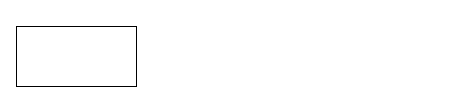
This is 未命名绘图.drawio from fishercore/drawio, a draw.io file, before an edit. Source tidied: cells renumbered, new cells numbered last; positions are measured from the earlier drawing's top-left corner, leaving out a move shared by most shapes. Both pictures are drawn from the tidied source at 100%, with x=0, y=0 at pixel (16, 26).
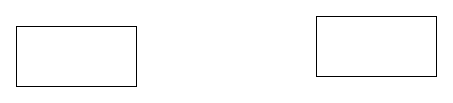
The same diagram, later.

Commit message:
更新未命名绘图.drawio

What changed in the source:
```diff
@@
 <mxGraphModel>
   <root>
     <mxCell id="0" />
     <mxCell id="1" parent="0" />
     <mxCell id="2" style="rounded=0;whiteSpace=wrap;html=1;" parent="1" vertex="1">
       <mxGeometry width="120" height="60" as="geometry" />
     </mxCell>
+    <mxCell id="3" style="rounded=0;whiteSpace=wrap;html=1;" parent="1" vertex="1">
+      <mxGeometry x="300" y="-10" width="120" height="60" as="geometry" />
+    </mxCell>
   </root>
 </mxGraphModel>
```
